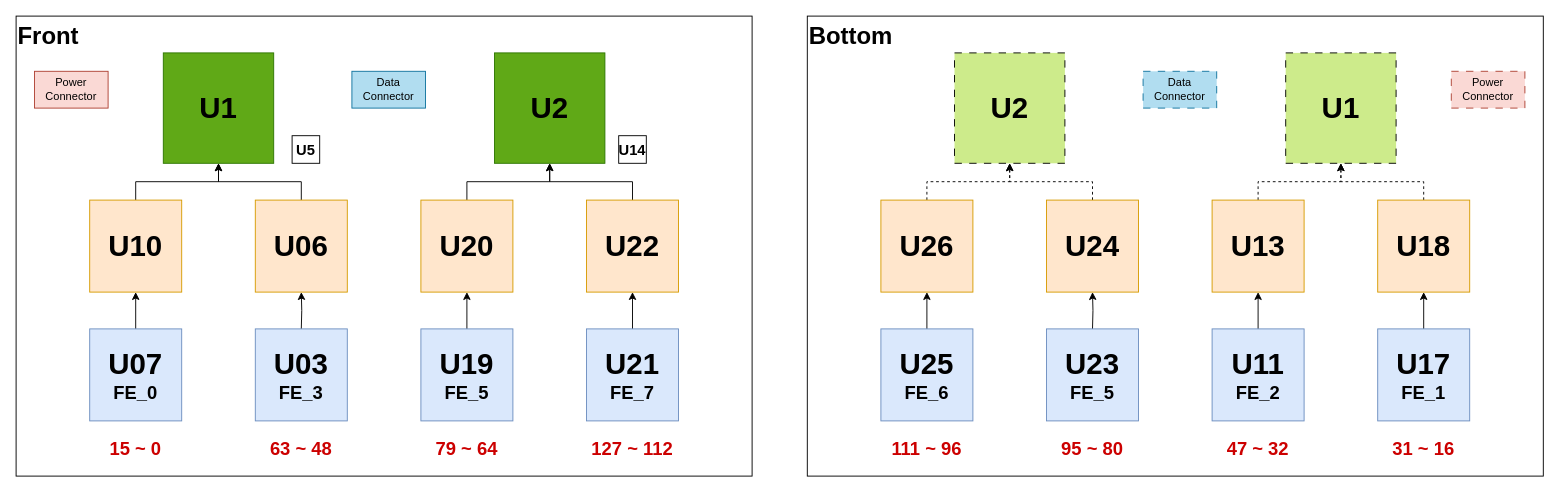
Earlier version of the draw.io diagram CE_Mapping.drawio (lkebnl/Draw_IO). Source tidied: cells renumbered, new cells numbered last; positions are measured from the earlier drawing's top-left corner, leaving out a move shared by most shapes. Both pictures are drawn from the tidied source at 92%, with x=0, y=0 at pixel (16, 16).
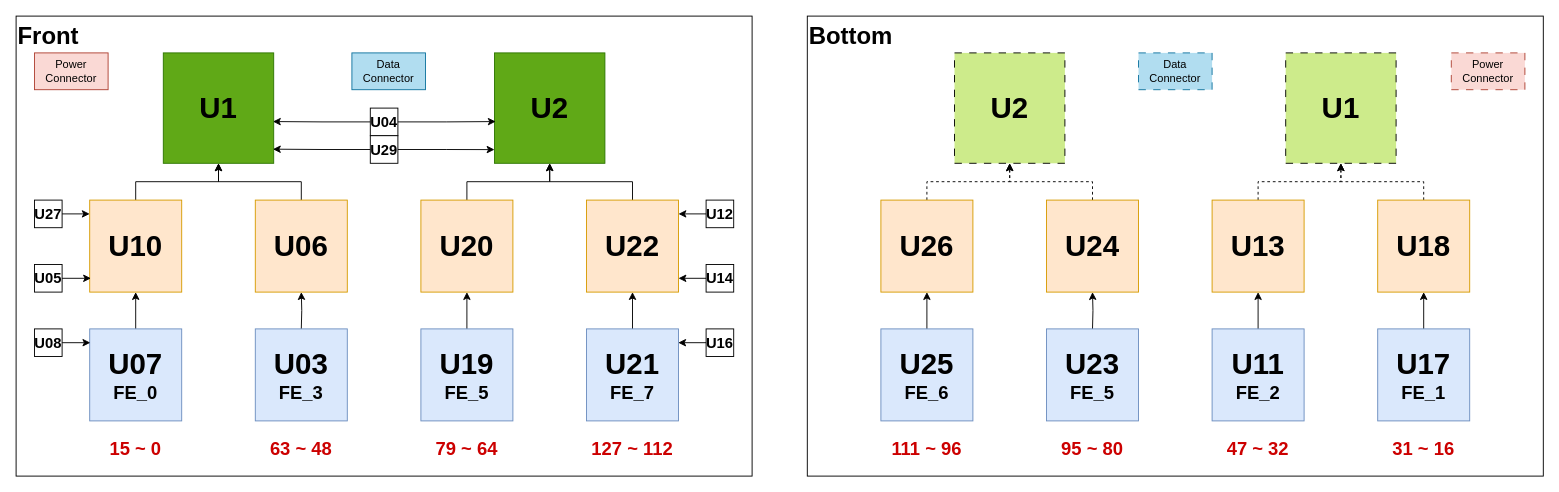
Above is the later version.

The change refers to these unchanged cells:
```xml
<mxCell id="3" value="&lt;font style=&quot;font-size: 32px;&quot;&gt;&lt;b style=&quot;&quot;&gt;U1&lt;/b&gt;&lt;/font&gt;" style="rounded=0;whiteSpace=wrap;html=1;fillColor=#60a917;strokeColor=#2D7600;fontColor=#000000;" parent="1" vertex="1">
  <mxGeometry x="160" y="40" width="120" height="120" as="geometry" />
</mxCell>
<mxCell id="4" value="&lt;font style=&quot;font-size: 32px;&quot;&gt;&lt;b style=&quot;&quot;&gt;U2&lt;/b&gt;&lt;/font&gt;" style="rounded=0;whiteSpace=wrap;html=1;fillColor=#60a917;strokeColor=#2D7600;fontColor=#000000;" parent="1" vertex="1">
  <mxGeometry x="520" y="40" width="120" height="120" as="geometry" />
</mxCell>
<mxCell id="6" value="&lt;font style=&quot;font-size: 32px;&quot;&gt;&lt;b style=&quot;&quot;&gt;U10&lt;/b&gt;&lt;/font&gt;" style="rounded=0;whiteSpace=wrap;html=1;fillColor=#ffe6cc;strokeColor=#d79b00;" parent="1" vertex="1">
  <mxGeometry x="80" y="200" width="100" height="100" as="geometry" />
</mxCell>
<mxCell id="12" value="&lt;font style=&quot;font-size: 32px;&quot;&gt;&lt;b style=&quot;&quot;&gt;U22&lt;/b&gt;&lt;/font&gt;" style="rounded=0;whiteSpace=wrap;html=1;fillColor=#ffe6cc;strokeColor=#d79b00;" parent="1" vertex="1">
  <mxGeometry x="620" y="200" width="100" height="100" as="geometry" />
</mxCell>
<mxCell id="14" value="&lt;font style=&quot;font-size: 32px;&quot;&gt;&lt;b style=&quot;&quot;&gt;U07&lt;/b&gt;&lt;/font&gt;&lt;div&gt;&lt;b style=&quot;font-size: 20px; background-color: transparent; color: light-dark(rgb(0, 0, 0), rgb(255, 255, 255));&quot;&gt;FE_0&lt;/b&gt;&lt;/div&gt;" style="rounded=0;whiteSpace=wrap;html=1;fillColor=#dae8fc;strokeColor=#6c8ebf;" parent="1" vertex="1">
  <mxGeometry x="80" y="340" width="100" height="100" as="geometry" />
</mxCell>
<mxCell id="19" value="&lt;font style=&quot;font-size: 32px;&quot;&gt;&lt;b style=&quot;&quot;&gt;U21&lt;/b&gt;&lt;/font&gt;&lt;div&gt;&lt;font style=&quot;font-size: 20px;&quot;&gt;&lt;b style=&quot;&quot;&gt;FE_7&lt;/b&gt;&lt;/font&gt;&lt;/div&gt;" style="rounded=0;whiteSpace=wrap;html=1;fillColor=#dae8fc;strokeColor=#6c8ebf;" parent="1" vertex="1">
  <mxGeometry x="620" y="340" width="100" height="100" as="geometry" />
</mxCell>
```

The edit, as a diff of the source:
```diff
@@
     <mxCell id="25" value="Power Connector" style="rounded=0;whiteSpace=wrap;html=1;fillColor=#fad9d5;strokeColor=#ae4132;" parent="1" vertex="1">
-      <mxGeometry x="20" y="60" width="80" height="40" as="geometry" />
+      <mxGeometry x="20" y="40" width="80" height="40" as="geometry" />
     </mxCell>
     <mxCell id="26" value="Data Connector" style="rounded=0;whiteSpace=wrap;html=1;fillColor=#b1ddf0;strokeColor=#10739e;" parent="1" vertex="1">
-      <mxGeometry x="365" y="60" width="80" height="40" as="geometry" />
+      <mxGeometry x="365" y="40" width="80" height="40" as="geometry" />
     </mxCell>
@@
     <mxCell id="50" value="Power Connector" style="rounded=0;whiteSpace=wrap;html=1;fillColor=#fad9d5;strokeColor=#ae4132;dashed=1;dashPattern=8 8;" parent="1" vertex="1">
-      <mxGeometry x="1560" y="60" width="80" height="40" as="geometry" />
+      <mxGeometry x="1560" y="40" width="80" height="40" as="geometry" />
     </mxCell>
     <mxCell id="51" value="Data Connector" style="rounded=0;whiteSpace=wrap;html=1;fillColor=#b1ddf0;strokeColor=#10739e;dashed=1;dashPattern=8 8;" parent="1" vertex="1">
-      <mxGeometry x="1225" y="60" width="80" height="40" as="geometry" />
+      <mxGeometry x="1220" y="40" width="80" height="40" as="geometry" />
     </mxCell>
-    <mxCell id="52" value="U5" style="whiteSpace=wrap;html=1;fontSize=16;fontStyle=1;" parent="1" vertex="1">
-      <mxGeometry x="300" y="130" width="30" height="30" as="geometry" />
+    <mxCell id="52" value="U04" style="whiteSpace=wrap;html=1;fontSize=16;fontStyle=1;" parent="1" vertex="1">
+      <mxGeometry x="385" y="100" width="30" height="30" as="geometry" />
     </mxCell>
-    <mxCell id="53" value="U14" style="whiteSpace=wrap;html=1;fontSize=16;fontStyle=1;" parent="1" vertex="1">
-      <mxGeometry x="655" y="130" width="30" height="30" as="geometry" />
+    <mxCell id="53" value="U29" style="whiteSpace=wrap;html=1;fontSize=16;fontStyle=1;" parent="1" vertex="1">
+      <mxGeometry x="385" y="130" width="30" height="30" as="geometry" />
     </mxCell>
+    <mxCell id="54" value="U27" style="whiteSpace=wrap;html=1;fontSize=16;fontStyle=1;" parent="1" vertex="1">
+      <mxGeometry x="20" y="200" width="30" height="30" as="geometry" />
+    </mxCell>
+    <mxCell id="55" value="U05" style="whiteSpace=wrap;html=1;fontSize=16;fontStyle=1;" parent="1" vertex="1">
+      <mxGeometry x="20" y="270" width="30" height="30" as="geometry" />
+    </mxCell>
+    <mxCell id="56" value="U08" style="whiteSpace=wrap;html=1;fontSize=16;fontStyle=1;" parent="1" vertex="1">
+      <mxGeometry x="20" y="340" width="30" height="30" as="geometry" />
+    </mxCell>
+    <mxCell id="57" value="U12" style="whiteSpace=wrap;html=1;fontSize=16;fontStyle=1;" parent="1" vertex="1">
+      <mxGeometry x="750" y="200" width="30" height="30" as="geometry" />
+    </mxCell>
+    <mxCell id="58" value="U14" style="whiteSpace=wrap;html=1;fontSize=16;fontStyle=1;" parent="1" vertex="1">
+      <mxGeometry x="750" y="270" width="30" height="30" as="geometry" />
+    </mxCell>
+    <mxCell id="59" value="U16" style="whiteSpace=wrap;html=1;fontSize=16;fontStyle=1;" parent="1" vertex="1">
+      <mxGeometry x="750" y="340" width="30" height="30" as="geometry" />
+    </mxCell>
+    <mxCell id="60" style="edgeStyle=orthogonalEdgeStyle;rounded=0;jettySize=auto;html=1;exitX=1;exitY=0.5;exitDx=0;exitDy=0;entryX=0;entryY=0.148;entryDx=0;entryDy=0;entryPerimeter=0;" parent="1" edge="1" source="54" target="6">
+      <mxGeometry relative="1" as="geometry" />
+    </mxCell>
+    <mxCell id="61" style="edgeStyle=orthogonalEdgeStyle;rounded=0;jettySize=auto;html=1;exitX=1;exitY=0.5;exitDx=0;exitDy=0;entryX=0.014;entryY=0.848;entryDx=0;entryDy=0;entryPerimeter=0;" parent="1" edge="1" source="55" target="6">
+      <mxGeometry relative="1" as="geometry" />
+    </mxCell>
+    <mxCell id="62" style="edgeStyle=orthogonalEdgeStyle;rounded=0;jettySize=auto;html=1;exitX=1;exitY=0.5;exitDx=0;exitDy=0;entryX=0.007;entryY=0.145;entryDx=0;entryDy=0;entryPerimeter=0;" parent="1" edge="1" source="56" target="14">
+      <mxGeometry relative="1" as="geometry" />
+    </mxCell>
+    <mxCell id="63" style="edgeStyle=orthogonalEdgeStyle;rounded=0;jettySize=auto;html=1;exitX=0;exitY=0.5;exitDx=0;exitDy=0;entryX=1;entryY=0.148;entryDx=0;entryDy=0;entryPerimeter=0;" parent="1" edge="1" source="57" target="12">
+      <mxGeometry relative="1" as="geometry" />
+    </mxCell>
+    <mxCell id="64" style="edgeStyle=orthogonalEdgeStyle;rounded=0;jettySize=auto;html=1;exitX=0;exitY=0.5;exitDx=0;exitDy=0;entryX=1;entryY=0.851;entryDx=0;entryDy=0;entryPerimeter=0;" parent="1" edge="1" source="58" target="12">
+      <mxGeometry relative="1" as="geometry" />
+    </mxCell>
+    <mxCell id="65" style="edgeStyle=orthogonalEdgeStyle;rounded=0;jettySize=auto;html=1;exitX=0;exitY=0.5;exitDx=0;exitDy=0;entryX=0.997;entryY=0.145;entryDx=0;entryDy=0;entryPerimeter=0;" parent="1" edge="1" source="59" target="19">
+      <mxGeometry relative="1" as="geometry" />
+    </mxCell>
+    <mxCell id="66" style="edgeStyle=orthogonalEdgeStyle;rounded=0;jettySize=auto;html=1;exitX=0;exitY=0.5;exitDx=0;exitDy=0;entryX=0.993;entryY=0.622;entryDx=0;entryDy=0;entryPerimeter=0;" parent="1" edge="1" source="52" target="3">
+      <mxGeometry relative="1" as="geometry" />
+    </mxCell>
+    <mxCell id="67" style="edgeStyle=orthogonalEdgeStyle;rounded=0;jettySize=auto;html=1;exitX=0;exitY=0.5;exitDx=0;exitDy=0;entryX=0.993;entryY=0.872;entryDx=0;entryDy=0;entryPerimeter=0;" parent="1" edge="1" source="53" target="3">
+      <mxGeometry relative="1" as="geometry" />
+    </mxCell>
+    <mxCell id="68" style="edgeStyle=orthogonalEdgeStyle;rounded=0;jettySize=auto;html=1;exitX=1;exitY=0.5;exitDx=0;exitDy=0;entryX=0.011;entryY=0.622;entryDx=0;entryDy=0;entryPerimeter=0;" parent="1" edge="1" source="52" target="4">
+      <mxGeometry relative="1" as="geometry" />
+    </mxCell>
+    <mxCell id="69" style="edgeStyle=orthogonalEdgeStyle;rounded=0;jettySize=auto;html=1;exitX=1;exitY=0.5;exitDx=0;exitDy=0;entryX=0;entryY=0.876;entryDx=0;entryDy=0;entryPerimeter=0;" parent="1" edge="1" source="53" target="4">
+      <mxGeometry relative="1" as="geometry" />
+    </mxCell>
```
